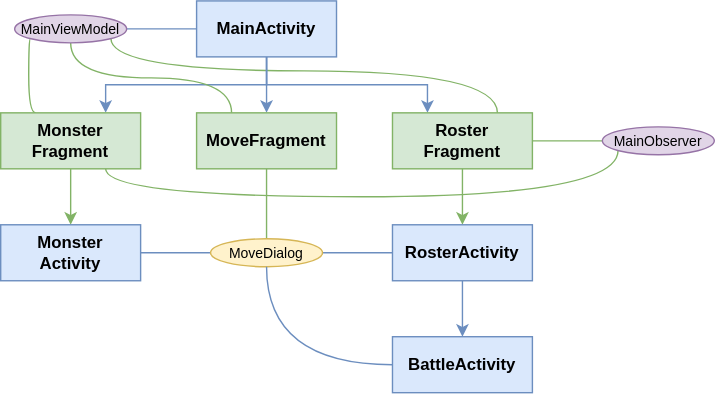
The draw.io diagram assignments/proj_phase2/diagram2.svg in hanggrian/IIT-ITM555, before a commit. Source tidied: cells renumbered, new cells last; positions are measured from the earlier drawing's top-left corner, leaving out a move shared by most shapes.
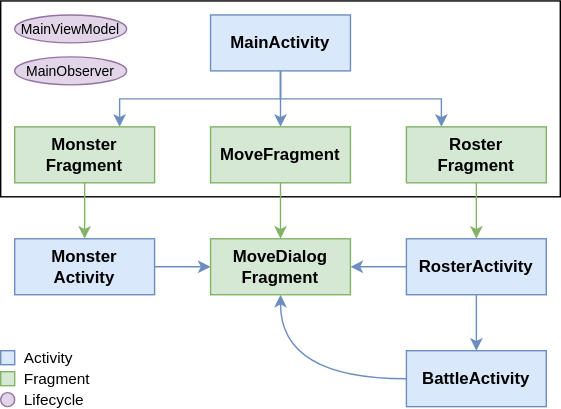
Above is the later version.

Commit message:
Add last diagram, completing phase 2 preparation

The edit, as a diff of the source:
```diff
@@ -2,14 +2,9 @@
   <root>
     <mxCell id="0" />
     <mxCell id="1" parent="0" />
-    <mxCell id="2" style="rounded=0;jettySize=auto;html=1;exitX=0.75;exitY=0;exitDx=0;exitDy=0;entryX=1;entryY=1;entryDx=0;entryDy=0;endArrow=none;endFill=0;edgeStyle=orthogonalEdgeStyle;curved=1;fillColor=#d5e8d4;strokeColor=#82b366;" parent="1" edge="1" source="14" target="18">
-      <mxGeometry relative="1" as="geometry">
-        <Array as="points">
-          <mxPoint x="355" y="50" />
-          <mxPoint x="79" y="50" />
-        </Array>
-      </mxGeometry>
-    </mxCell>
+    <mxCell id="28" style="rounded=0;whiteSpace=wrap;html=1;" parent="1" vertex="1">
+      <mxGeometry x="-10" y="-10" width="400" height="140" as="geometry" />
+    </mxCell>
     <mxCell id="3" style="edgeStyle=orthogonalEdgeStyle;rounded=0;jettySize=auto;html=1;exitX=0.5;exitY=1;exitDx=0;exitDy=0;entryX=0.75;entryY=0;entryDx=0;entryDy=0;fillColor=#dae8fc;strokeColor=#6c8ebf;" parent="1" edge="1" source="7" target="11">
       <mxGeometry relative="1" as="geometry" />
     </mxCell>
@@ -19,65 +14,45 @@
     <mxCell id="5" style="edgeStyle=orthogonalEdgeStyle;rounded=0;jettySize=auto;html=1;exitX=0.5;exitY=1;exitDx=0;exitDy=0;entryX=0.25;entryY=0;entryDx=0;entryDy=0;fillColor=#dae8fc;strokeColor=#6c8ebf;" parent="1" edge="1" source="7" target="14">
       <mxGeometry relative="1" as="geometry" />
     </mxCell>
-    <mxCell id="6" style="edgeStyle=orthogonalEdgeStyle;rounded=0;jettySize=auto;html=1;exitX=0;exitY=0.5;exitDx=0;exitDy=0;entryX=1;entryY=0.5;entryDx=0;entryDy=0;endArrow=none;endFill=0;fillColor=#dae8fc;strokeColor=#6c8ebf;" parent="1" edge="1" source="7" target="18">
-      <mxGeometry relative="1" as="geometry" />
-    </mxCell>
     <mxCell id="7" value="MainActivity" style="rounded=0;whiteSpace=wrap;html=1;fontStyle=1;fillColor=#dae8fc;strokeColor=#6c8ebf;" parent="1" vertex="1">
       <mxGeometry x="140" width="100" height="40" as="geometry" />
     </mxCell>
-    <mxCell id="8" style="rounded=0;jettySize=auto;html=1;exitX=0.25;exitY=0;exitDx=0;exitDy=0;entryX=0;entryY=1;entryDx=0;entryDy=0;endArrow=none;endFill=0;edgeStyle=orthogonalEdgeStyle;curved=1;fillColor=#d5e8d4;strokeColor=#82b366;" parent="1" edge="1" source="11" target="18">
-      <mxGeometry relative="1" as="geometry">
-        <Array as="points">
-          <mxPoint x="20" y="80" />
-          <mxPoint x="20" y="27" />
-        </Array>
-      </mxGeometry>
-    </mxCell>
-    <mxCell id="9" style="edgeStyle=orthogonalEdgeStyle;rounded=0;jettySize=auto;html=1;exitX=0.75;exitY=1;exitDx=0;exitDy=0;entryX=0;entryY=1;entryDx=0;entryDy=0;fillColor=#d5e8d4;strokeColor=#82b366;endArrow=none;endFill=0;curved=1;" parent="1" edge="1" source="11" target="19">
-      <mxGeometry relative="1" as="geometry">
-        <Array as="points">
-          <mxPoint x="75" y="140" />
-          <mxPoint x="441" y="140" />
-        </Array>
-      </mxGeometry>
-    </mxCell>
     <mxCell id="10" style="edgeStyle=orthogonalEdgeStyle;rounded=0;jettySize=auto;html=1;exitX=0.5;exitY=1;exitDx=0;exitDy=0;entryX=0.5;entryY=0;entryDx=0;entryDy=0;fillColor=#d5e8d4;strokeColor=#82b366;" parent="1" edge="1" source="11" target="21">
       <mxGeometry relative="1" as="geometry" />
     </mxCell>
     <mxCell id="11" value="Monster&lt;div&gt;Fragment&lt;/div&gt;" style="rounded=0;whiteSpace=wrap;html=1;fontStyle=1;fillColor=#d5e8d4;strokeColor=#82b366;" parent="1" vertex="1">
       <mxGeometry y="80" width="100" height="40" as="geometry" />
     </mxCell>
-    <mxCell id="12" style="edgeStyle=orthogonalEdgeStyle;rounded=0;jettySize=auto;html=1;exitX=1;exitY=0.5;exitDx=0;exitDy=0;entryX=0;entryY=0.5;entryDx=0;entryDy=0;fillColor=#d5e8d4;strokeColor=#82b366;endArrow=none;endFill=0;" parent="1" edge="1" source="14" target="19">
-      <mxGeometry relative="1" as="geometry" />
-    </mxCell>
     <mxCell id="13" style="edgeStyle=orthogonalEdgeStyle;rounded=0;jettySize=auto;html=1;exitX=0.5;exitY=1;exitDx=0;exitDy=0;entryX=0.5;entryY=0;entryDx=0;entryDy=0;fillColor=#d5e8d4;strokeColor=#82b366;" parent="1" edge="1" source="14" target="24">
       <mxGeometry relative="1" as="geometry" />
     </mxCell>
     <mxCell id="14" value="Roster&lt;div&gt;Fragment&lt;/div&gt;" style="rounded=0;whiteSpace=wrap;html=1;fontStyle=1;fillColor=#d5e8d4;strokeColor=#82b366;" parent="1" vertex="1">
       <mxGeometry x="280" y="80" width="100" height="40" as="geometry" />
     </mxCell>
-    <mxCell id="15" style="edgeStyle=orthogonalEdgeStyle;rounded=0;jettySize=auto;html=1;exitX=0.5;exitY=1;exitDx=0;exitDy=0;entryX=0.5;entryY=0;entryDx=0;entryDy=0;fillColor=#d5e8d4;strokeColor=#82b366;endArrow=none;endFill=0;" parent="1" edge="1" source="17" target="25">
+    <mxCell id="15" style="edgeStyle=orthogonalEdgeStyle;rounded=0;jettySize=auto;html=1;exitX=0.5;exitY=1;exitDx=0;exitDy=0;fillColor=#d5e8d4;strokeColor=#82b366;endArrow=classic;endFill=1;entryX=0.5;entryY=0;entryDx=0;entryDy=0;" parent="1" edge="1" source="17" target="29">
       <mxGeometry relative="1" as="geometry" />
     </mxCell>
-    <mxCell id="16" style="edgeStyle=orthogonalEdgeStyle;rounded=0;jettySize=auto;html=1;exitX=0.25;exitY=0;exitDx=0;exitDy=0;entryX=0.5;entryY=1;entryDx=0;entryDy=0;fillColor=#d5e8d4;strokeColor=#82b366;endArrow=none;endFill=0;curved=1;" parent="1" edge="1" source="17" target="18">
-      <mxGeometry relative="1" as="geometry" />
-    </mxCell>
     <mxCell id="17" value="Move&lt;span style=&quot;background-color: initial;&quot;&gt;Fragment&lt;/span&gt;" style="rounded=0;whiteSpace=wrap;html=1;fontStyle=1;fillColor=#d5e8d4;strokeColor=#82b366;" parent="1" vertex="1">
       <mxGeometry x="140" y="80" width="100" height="40" as="geometry" />
     </mxCell>
     <mxCell id="18" value="MainViewModel" style="ellipse;whiteSpace=wrap;html=1;fontSize=10;fillColor=#e1d5e7;strokeColor=#9673a6;" parent="1" vertex="1">
-      <mxGeometry x="10" y="10" width="80" height="20" as="geometry" />
+      <mxGeometry width="80" height="20" as="geometry" />
     </mxCell>
     <mxCell id="19" value="MainObserver" style="ellipse;whiteSpace=wrap;html=1;fontSize=10;fillColor=#e1d5e7;strokeColor=#9673a6;" parent="1" vertex="1">
-      <mxGeometry x="430" y="90" width="80" height="20" as="geometry" />
+      <mxGeometry y="30" width="80" height="20" as="geometry" />
     </mxCell>
-    <mxCell id="20" style="edgeStyle=orthogonalEdgeStyle;rounded=0;jettySize=auto;html=1;exitX=1;exitY=0.5;exitDx=0;exitDy=0;entryX=0;entryY=0.5;entryDx=0;entryDy=0;fillColor=#dae8fc;strokeColor=#6c8ebf;endArrow=none;endFill=0;" parent="1" edge="1" source="21" target="25">
-      <mxGeometry relative="1" as="geometry" />
+    <mxCell id="20" style="edgeStyle=orthogonalEdgeStyle;rounded=0;jettySize=auto;html=1;exitX=1;exitY=0.5;exitDx=0;exitDy=0;fillColor=#dae8fc;strokeColor=#6c8ebf;endArrow=classic;endFill=1;entryX=0;entryY=0.5;entryDx=0;entryDy=0;" parent="1" edge="1" source="21" target="29">
+      <mxGeometry relative="1" as="geometry">
+        <Array as="points">
+          <mxPoint x="120" y="180" />
+          <mxPoint x="120" y="180" />
+        </Array>
+      </mxGeometry>
     </mxCell>
     <mxCell id="21" value="Monster&lt;div&gt;Activity&lt;/div&gt;" style="rounded=0;whiteSpace=wrap;html=1;fontStyle=1;fillColor=#dae8fc;strokeColor=#6c8ebf;" parent="1" vertex="1">
       <mxGeometry y="160" width="100" height="40" as="geometry" />
     </mxCell>
-    <mxCell id="22" style="edgeStyle=orthogonalEdgeStyle;rounded=0;jettySize=auto;html=1;exitX=0;exitY=0.5;exitDx=0;exitDy=0;entryX=1;entryY=0.5;entryDx=0;entryDy=0;fillColor=#dae8fc;strokeColor=#6c8ebf;endArrow=none;endFill=0;" parent="1" edge="1" source="24" target="25">
+    <mxCell id="22" style="edgeStyle=orthogonalEdgeStyle;rounded=0;jettySize=auto;html=1;exitX=0;exitY=0.5;exitDx=0;exitDy=0;entryX=1;entryY=0.5;entryDx=0;entryDy=0;fillColor=#dae8fc;strokeColor=#6c8ebf;endArrow=classic;endFill=1;" parent="1" edge="1" source="24" target="29">
       <mxGeometry relative="1" as="geometry" />
     </mxCell>
     <mxCell id="23" style="edgeStyle=orthogonalEdgeStyle;rounded=0;jettySize=auto;html=1;exitX=0.5;exitY=1;exitDx=0;exitDy=0;entryX=0.5;entryY=0;entryDx=0;entryDy=0;fillColor=#dae8fc;strokeColor=#6c8ebf;endArrow=classic;endFill=1;" parent="1" edge="1" source="24" target="27">
@@ -86,14 +61,32 @@
     <mxCell id="24" value="RosterActivity" style="rounded=0;whiteSpace=wrap;html=1;fontStyle=1;fillColor=#dae8fc;strokeColor=#6c8ebf;" parent="1" vertex="1">
       <mxGeometry x="280" y="160" width="100" height="40" as="geometry" />
     </mxCell>
-    <mxCell id="25" value="MoveDialog" style="ellipse;whiteSpace=wrap;html=1;fontSize=10;fillColor=#fff2cc;strokeColor=#d6b656;" parent="1" vertex="1">
-      <mxGeometry x="150" y="170" width="80" height="20" as="geometry" />
-    </mxCell>
-    <mxCell id="26" style="edgeStyle=orthogonalEdgeStyle;rounded=0;jettySize=auto;html=1;exitX=0;exitY=0.5;exitDx=0;exitDy=0;entryX=0.5;entryY=1;entryDx=0;entryDy=0;fillColor=#dae8fc;strokeColor=#6c8ebf;endArrow=none;endFill=0;curved=1;" parent="1" edge="1" source="27" target="25">
+    <mxCell id="26" style="edgeStyle=orthogonalEdgeStyle;rounded=0;jettySize=auto;html=1;exitX=0;exitY=0.5;exitDx=0;exitDy=0;entryX=0.5;entryY=1;entryDx=0;entryDy=0;fillColor=#dae8fc;strokeColor=#6c8ebf;endArrow=classic;endFill=1;curved=1;" parent="1" edge="1" source="27" target="29">
       <mxGeometry relative="1" as="geometry" />
     </mxCell>
     <mxCell id="27" value="BattleActivity" style="rounded=0;whiteSpace=wrap;html=1;fontStyle=1;fillColor=#dae8fc;strokeColor=#6c8ebf;" parent="1" vertex="1">
       <mxGeometry x="280" y="240" width="100" height="40" as="geometry" />
     </mxCell>
+    <mxCell id="29" value="MoveDialog&lt;div&gt;Fragment&lt;/div&gt;" style="rounded=0;whiteSpace=wrap;html=1;fontStyle=1;fillColor=#d5e8d4;strokeColor=#82b366;" parent="1" vertex="1">
+      <mxGeometry x="140" y="160" width="100" height="40" as="geometry" />
+    </mxCell>
+    <mxCell id="30" style="ellipse;whiteSpace=wrap;html=1;fillColor=#e1d5e7;strokeColor=#9673a6;spacingLeft=0;align=left;" parent="1" vertex="1">
+      <mxGeometry x="-10" y="270" width="10" height="10" as="geometry" />
+    </mxCell>
+    <mxCell id="31" style="rounded=0;whiteSpace=wrap;html=1;fillColor=#dae8fc;strokeColor=#6c8ebf;align=left;spacingLeft=0;" parent="1" vertex="1">
+      <mxGeometry x="-10" y="240" width="10" height="10" as="geometry" />
+    </mxCell>
+    <mxCell id="32" style="rounded=0;whiteSpace=wrap;html=1;fillColor=#d5e8d4;strokeColor=#82b366;align=left;spacingLeft=0;" parent="1" vertex="1">
+      <mxGeometry x="-10" y="255" width="10" height="10" as="geometry" />
+    </mxCell>
+    <mxCell id="33" value="Activity" style="text;html=1;align=left;verticalAlign=middle;whiteSpace=wrap;rounded=0;fontSize=11;" parent="1" vertex="1">
+      <mxGeometry x="5" y="240" width="60" height="10" as="geometry" />
+    </mxCell>
+    <mxCell id="34" value="Fragment" style="text;html=1;align=left;verticalAlign=middle;whiteSpace=wrap;rounded=0;fontSize=11;" parent="1" vertex="1">
+      <mxGeometry x="5" y="255" width="60" height="10" as="geometry" />
+    </mxCell>
+    <mxCell id="35" value="Lifecycle" style="text;html=1;align=left;verticalAlign=middle;whiteSpace=wrap;rounded=0;fontSize=11;" parent="1" vertex="1">
+      <mxGeometry x="5" y="270" width="60" height="10" as="geometry" />
+    </mxCell>
   </root>
 </mxGraphModel>
```
